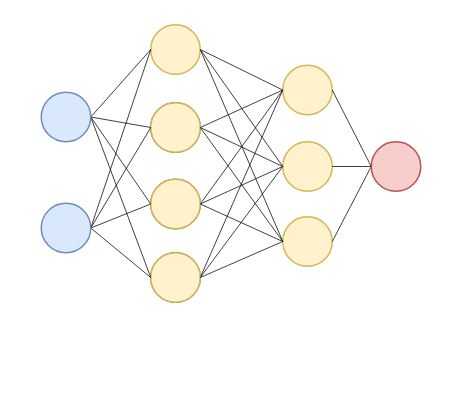
Above: page "teset" (5 of 5) of sometemplates.drawio in Pengyu-Jin/draw.io-projects-file (draw.io), before the change. Source tidied: cells renumbered, new cells numbered last; positions are measured from the earlier drawing's top-left corner, leaving out a move shared by most shapes. Both pictures are drawn from the tidied source at 150%, with x=0, y=0 at pixel (40, 24).
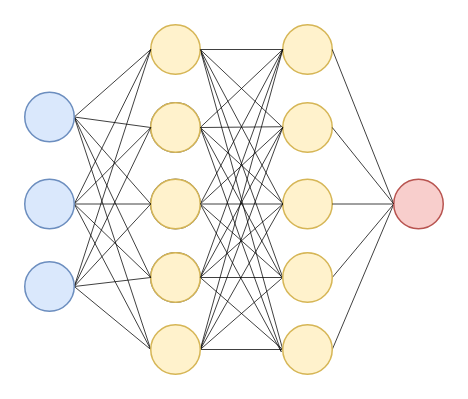
The same page after the edit.

The change refers to these unchanged cells:
```xml
<mxCell id="6" style="ellipse;whiteSpace=wrap;html=1;shadow=0;fillColor=#fff2cc;strokeColor=#d6b656;direction=east;rotation=90;" parent="1" vertex="1">
  <mxGeometry x="73" width="33" height="33" as="geometry" />
</mxCell>
<mxCell id="13" style="ellipse;whiteSpace=wrap;html=1;shadow=0;fillColor=#fff2cc;strokeColor=#d6b656;direction=east;rotation=90;" parent="1" vertex="1">
  <mxGeometry x="73" y="52" width="33" height="33" as="geometry" />
</mxCell>
<mxCell id="17" style="ellipse;whiteSpace=wrap;html=1;shadow=0;fillColor=#fff2cc;strokeColor=#d6b656;direction=east;rotation=90;" parent="1" vertex="1">
  <mxGeometry x="73" y="103" width="33" height="33" as="geometry" />
</mxCell>
<mxCell id="21" style="ellipse;whiteSpace=wrap;html=1;shadow=0;fillColor=#fff2cc;strokeColor=#d6b656;direction=east;rotation=90;" parent="1" vertex="1">
  <mxGeometry x="73" y="152" width="33" height="33" as="geometry" />
</mxCell>
```

The edit, as a diff of the source:
```diff
@@
     <mxCell id="2" style="ellipse;whiteSpace=wrap;html=1;shadow=0;direction=east;rotation=90;fillColor=#fff2cc;strokeColor=#d6b656;" parent="1" vertex="1">
-      <mxGeometry x="161" y="27" width="33" height="33" as="geometry" />
+      <mxGeometry x="161" width="33" height="33" as="geometry" />
     </mxCell>
     <mxCell id="3" style="ellipse;whiteSpace=wrap;html=1;shadow=0;direction=east;rotation=90;fillColor=#fff2cc;strokeColor=#d6b656;" parent="1" vertex="1">
-      <mxGeometry x="161" y="78" width="33" height="33" as="geometry" />
+      <mxGeometry x="161" y="52" width="33" height="33" as="geometry" />
     </mxCell>
     <mxCell id="4" style="ellipse;whiteSpace=wrap;html=1;shadow=0;direction=east;rotation=90;fillColor=#fff2cc;strokeColor=#d6b656;" parent="1" vertex="1">
-      <mxGeometry x="161" y="128" width="33" height="33" as="geometry" />
+      <mxGeometry x="161" y="103" width="33" height="33" as="geometry" />
     </mxCell>
@@
+    <mxCell id="38" style="edgeStyle=none;rounded=0;jettySize=auto;html=1;exitX=0.5;exitY=0;exitDx=0;exitDy=0;entryX=0.5;entryY=1;entryDx=0;entryDy=0;strokeWidth=0.5;endArrow=none;startFill=0;" parent="1" edge="1" source="6" target="62">
+      <mxGeometry relative="1" as="geometry" />
+    </mxCell>
+    <mxCell id="39" style="edgeStyle=none;rounded=0;jettySize=auto;html=1;exitX=0.5;exitY=0;exitDx=0;exitDy=0;entryX=0.5;entryY=1;entryDx=0;entryDy=0;strokeWidth=0.5;endArrow=none;startFill=0;" parent="1" edge="1" source="6" target="63">
+      <mxGeometry relative="1" as="geometry" />
+    </mxCell>
@@
-    <mxCell id="12" style="rounded=0;jettySize=auto;html=1;exitX=0.5;exitY=0;exitDx=0;exitDy=0;entryX=0.5;entryY=1;entryDx=0;entryDy=0;endArrow=none;endFill=1;strokeWidth=0.5;startFill=0;" parent="1" edge="1" source="13">
-      <mxGeometry relative="1" as="geometry">
-        <mxPoint x="161" y="43.5" as="targetPoint" />
-      </mxGeometry>
+    <mxCell id="12" style="rounded=0;jettySize=auto;html=1;exitX=0.5;exitY=0;exitDx=0;exitDy=0;entryX=0.5;entryY=1;entryDx=0;entryDy=0;endArrow=none;endFill=1;strokeWidth=0.5;startFill=0;" parent="1" edge="1" source="13" target="2">
+      <mxGeometry relative="1" as="geometry" />
     </mxCell>
+    <mxCell id="40" style="edgeStyle=none;rounded=0;jettySize=auto;html=1;exitX=0.5;exitY=0;exitDx=0;exitDy=0;strokeWidth=0.5;endArrow=none;startFill=0;" parent="1" edge="1" source="13">
+      <mxGeometry relative="1" as="geometry">
+        <mxPoint x="160" y="168" as="targetPoint" />
+      </mxGeometry>
+    </mxCell>
+    <mxCell id="41" style="edgeStyle=none;rounded=0;jettySize=auto;html=1;exitX=0.5;exitY=0;exitDx=0;exitDy=0;strokeWidth=0.5;endArrow=none;startFill=0;" parent="1" edge="1" source="13">
+      <mxGeometry relative="1" as="geometry">
+        <mxPoint x="160" y="218" as="targetPoint" />
+      </mxGeometry>
+    </mxCell>
@@
-    <mxCell id="14" style="rounded=0;jettySize=auto;html=1;exitX=0.5;exitY=0;exitDx=0;exitDy=0;entryX=0.5;entryY=1;entryDx=0;entryDy=0;endArrow=none;endFill=1;strokeWidth=0.5;startFill=0;" parent="1" edge="1" source="13">
+    <mxCell id="14" style="rounded=0;jettySize=auto;html=1;exitX=0.5;exitY=0;exitDx=0;exitDy=0;endArrow=none;endFill=1;strokeWidth=0.5;startFill=0;" parent="1" edge="1" source="13">
       <mxGeometry relative="1" as="geometry">
-        <mxPoint x="161" y="94.5" as="targetPoint" />
+        <mxPoint x="160" y="68" as="targetPoint" />
       </mxGeometry>
     </mxCell>
-    <mxCell id="15" style="rounded=0;jettySize=auto;html=1;entryX=0.5;entryY=1;entryDx=0;entryDy=0;endArrow=none;endFill=1;exitX=0.5;exitY=0;exitDx=0;exitDy=0;strokeWidth=0.5;startFill=0;" parent="1" edge="1" source="13">
+    <mxCell id="15" style="rounded=0;jettySize=auto;html=1;endArrow=none;endFill=1;exitX=0.5;exitY=0;exitDx=0;exitDy=0;strokeWidth=0.5;startFill=0;" parent="1" edge="1" source="13">
       <mxGeometry relative="1" as="geometry">
-        <mxPoint x="161" y="144.5" as="targetPoint" />
+        <mxPoint x="160" y="118" as="targetPoint" />
       </mxGeometry>
     </mxCell>
-    <mxCell id="16" style="rounded=0;jettySize=auto;html=1;exitX=0.5;exitY=0;exitDx=0;exitDy=0;entryX=0.5;entryY=1;entryDx=0;entryDy=0;endArrow=none;endFill=1;strokeWidth=0.5;startFill=0;" parent="1" edge="1" source="17">
-      <mxGeometry relative="1" as="geometry">
-        <mxPoint x="161" y="43.5" as="targetPoint" />
-      </mxGeometry>
+    <mxCell id="16" style="rounded=0;jettySize=auto;html=1;exitX=0.5;exitY=0;exitDx=0;exitDy=0;endArrow=none;endFill=1;strokeWidth=0.5;startFill=0;entryX=0.5;entryY=1;entryDx=0;entryDy=0;" parent="1" edge="1" source="17" target="2">
+      <mxGeometry relative="1" as="geometry" />
     </mxCell>
+    <mxCell id="42" style="edgeStyle=none;rounded=0;jettySize=auto;html=1;exitX=0.5;exitY=0;exitDx=0;exitDy=0;entryX=0.5;entryY=1;entryDx=0;entryDy=0;strokeWidth=0.5;endArrow=none;startFill=0;" parent="1" edge="1" source="17" target="62">
+      <mxGeometry relative="1" as="geometry" />
+    </mxCell>
+    <mxCell id="43" style="edgeStyle=none;rounded=0;jettySize=auto;html=1;exitX=0.5;exitY=0;exitDx=0;exitDy=0;strokeWidth=0.5;endArrow=none;startFill=0;" parent="1" edge="1" source="17">
+      <mxGeometry relative="1" as="geometry">
+        <mxPoint x="160" y="218" as="targetPoint" />
+      </mxGeometry>
+    </mxCell>
@@
-    <mxCell id="18" style="rounded=0;jettySize=auto;html=1;exitX=0.5;exitY=0;exitDx=0;exitDy=0;entryX=0.5;entryY=1;entryDx=0;entryDy=0;endArrow=none;endFill=1;strokeWidth=0.5;startFill=0;" parent="1" edge="1" source="17">
-      <mxGeometry relative="1" as="geometry">
-        <mxPoint x="161" y="94.5" as="targetPoint" />
-      </mxGeometry>
+    <mxCell id="18" style="rounded=0;jettySize=auto;html=1;exitX=0.5;exitY=0;exitDx=0;exitDy=0;entryX=0.5;entryY=1;entryDx=0;entryDy=0;endArrow=none;endFill=1;strokeWidth=0.5;startFill=0;" parent="1" edge="1" source="17" target="3">
+      <mxGeometry relative="1" as="geometry" />
     </mxCell>
-    <mxCell id="19" style="rounded=0;jettySize=auto;html=1;entryX=0.5;entryY=1;entryDx=0;entryDy=0;endArrow=none;endFill=1;exitX=0.5;exitY=0;exitDx=0;exitDy=0;strokeWidth=0.5;startFill=0;" parent="1" edge="1" source="17">
-      <mxGeometry relative="1" as="geometry">
-        <mxPoint x="161" y="144.5" as="targetPoint" />
-      </mxGeometry>
+    <mxCell id="19" style="rounded=0;jettySize=auto;html=1;entryX=0.5;entryY=1;entryDx=0;entryDy=0;endArrow=none;endFill=1;exitX=0.5;exitY=0;exitDx=0;exitDy=0;strokeWidth=0.5;startFill=0;" parent="1" edge="1" source="17" target="4">
+      <mxGeometry relative="1" as="geometry" />
     </mxCell>
-    <mxCell id="20" style="rounded=0;jettySize=auto;html=1;exitX=0.5;exitY=0;exitDx=0;exitDy=0;entryX=0.5;entryY=1;entryDx=0;entryDy=0;endArrow=none;endFill=1;strokeWidth=0.5;startFill=0;" parent="1" edge="1" source="21">
-      <mxGeometry relative="1" as="geometry">
-        <mxPoint x="161" y="43.5" as="targetPoint" />
-      </mxGeometry>
+    <mxCell id="20" style="rounded=0;jettySize=auto;html=1;exitX=0.5;exitY=0;exitDx=0;exitDy=0;entryX=0.5;entryY=1;entryDx=0;entryDy=0;endArrow=none;endFill=1;strokeWidth=0.5;startFill=0;" parent="1" edge="1" source="21" target="2">
+      <mxGeometry relative="1" as="geometry" />
     </mxCell>
+    <mxCell id="44" style="edgeStyle=none;rounded=0;jettySize=auto;html=1;exitX=0.5;exitY=0;exitDx=0;exitDy=0;entryX=0.5;entryY=1;entryDx=0;entryDy=0;strokeWidth=0.5;endArrow=none;startFill=0;" parent="1" edge="1" source="21" target="62">
+      <mxGeometry relative="1" as="geometry" />
+    </mxCell>
+    <mxCell id="45" style="edgeStyle=none;rounded=0;jettySize=auto;html=1;exitX=0.5;exitY=0;exitDx=0;exitDy=0;entryX=0.5;entryY=1;entryDx=0;entryDy=0;strokeWidth=0.5;endArrow=none;startFill=0;" parent="1" edge="1" source="21" target="63">
+      <mxGeometry relative="1" as="geometry" />
+    </mxCell>
@@
-    <mxCell id="22" style="rounded=0;jettySize=auto;html=1;exitX=0.5;exitY=0;exitDx=0;exitDy=0;entryX=0.5;entryY=1;entryDx=0;entryDy=0;endArrow=none;endFill=1;strokeWidth=0.5;startFill=0;" parent="1" edge="1" source="21">
-      <mxGeometry relative="1" as="geometry">
-        <mxPoint x="161" y="94.5" as="targetPoint" />
-      </mxGeometry>
+    <mxCell id="22" style="rounded=0;jettySize=auto;html=1;exitX=0.5;exitY=0;exitDx=0;exitDy=0;entryX=0.5;entryY=1;entryDx=0;entryDy=0;endArrow=none;endFill=1;strokeWidth=0.5;startFill=0;" parent="1" edge="1" source="21" target="3">
+      <mxGeometry relative="1" as="geometry" />
     </mxCell>
-    <mxCell id="23" style="rounded=0;jettySize=auto;html=1;entryX=0.5;entryY=1;entryDx=0;entryDy=0;endArrow=none;endFill=1;exitX=0.5;exitY=0;exitDx=0;exitDy=0;strokeWidth=0.5;startFill=0;" parent="1" edge="1" source="21">
-      <mxGeometry relative="1" as="geometry">
-        <mxPoint x="161" y="144.5" as="targetPoint" />
-      </mxGeometry>
+    <mxCell id="23" style="rounded=0;jettySize=auto;html=1;entryX=0.5;entryY=1;entryDx=0;entryDy=0;endArrow=none;endFill=1;exitX=0.5;exitY=0;exitDx=0;exitDy=0;strokeWidth=0.5;startFill=0;" parent="1" edge="1" source="21" target="4">
+      <mxGeometry relative="1" as="geometry" />
     </mxCell>
-    <mxCell id="24" style="edgeStyle=none;rounded=0;jettySize=auto;html=1;exitX=0.5;exitY=0;exitDx=0;exitDy=0;entryX=0.5;entryY=1;entryDx=0;entryDy=0;endArrow=none;startFill=0;strokeWidth=0.5;" parent="1" edge="1" target="36">
-      <mxGeometry relative="1" as="geometry">
-        <mxPoint x="194" y="94.5" as="sourcePoint" />
-      </mxGeometry>
+    <mxCell id="24" style="edgeStyle=none;rounded=0;jettySize=auto;html=1;exitX=0.5;exitY=0;exitDx=0;exitDy=0;entryX=0.5;entryY=1;entryDx=0;entryDy=0;endArrow=none;startFill=0;strokeWidth=0.5;" parent="1" edge="1" source="62" target="36">
+      <mxGeometry relative="1" as="geometry" />
     </mxCell>
-    <mxCell id="25" style="edgeStyle=none;rounded=0;jettySize=auto;html=1;exitX=0.5;exitY=0;exitDx=0;exitDy=0;entryX=0.5;entryY=1;entryDx=0;entryDy=0;endArrow=none;startFill=0;strokeWidth=0.5;" parent="1" edge="1" target="36">
-      <mxGeometry relative="1" as="geometry">
-        <mxPoint x="194" y="144.5" as="sourcePoint" />
-      </mxGeometry>
+    <mxCell id="25" style="edgeStyle=none;rounded=0;jettySize=auto;html=1;exitX=0.5;exitY=0;exitDx=0;exitDy=0;entryX=0.5;entryY=1;entryDx=0;entryDy=0;endArrow=none;startFill=0;strokeWidth=0.5;" parent="1" edge="1" source="63" target="36">
+      <mxGeometry relative="1" as="geometry" />
     </mxCell>
@@
+    <mxCell id="46" style="edgeStyle=none;rounded=0;jettySize=auto;html=1;exitX=0.5;exitY=0;exitDx=0;exitDy=0;entryX=0.5;entryY=1;entryDx=0;entryDy=0;strokeWidth=0.5;endArrow=none;startFill=0;" parent="1" edge="1" source="30" target="61">
+      <mxGeometry relative="1" as="geometry" />
+    </mxCell>
     <mxCell id="30" style="ellipse;whiteSpace=wrap;html=1;shadow=0;fillColor=#dae8fc;strokeColor=#6c8ebf;rotation=90;" parent="1" vertex="1">
-      <mxGeometry y="45" width="33" height="33" as="geometry" />
+      <mxGeometry x="-11" y="45" width="33" height="33" as="geometry" />
     </mxCell>
@@
+    <mxCell id="47" style="edgeStyle=none;rounded=0;jettySize=auto;html=1;exitX=0.5;exitY=0;exitDx=0;exitDy=0;entryX=0.5;entryY=1;entryDx=0;entryDy=0;strokeWidth=0.5;endArrow=none;startFill=0;" parent="1" edge="1" source="35" target="61">
+      <mxGeometry relative="1" as="geometry" />
+    </mxCell>
     <mxCell id="35" style="ellipse;whiteSpace=wrap;html=1;shadow=0;fillColor=#dae8fc;strokeColor=#6c8ebf;rotation=90;" parent="1" vertex="1">
-      <mxGeometry y="119" width="33" height="33" as="geometry" />
+      <mxGeometry x="-11" y="103" width="33" height="33" as="geometry" />
     </mxCell>
+    <mxCell id="48" style="edgeStyle=none;rounded=0;jettySize=auto;html=1;exitX=0.5;exitY=1;exitDx=0;exitDy=0;entryX=0.5;entryY=0;entryDx=0;entryDy=0;strokeWidth=0.5;endArrow=none;startFill=0;" parent="1" edge="1" source="36" target="4">
+      <mxGeometry relative="1" as="geometry" />
+    </mxCell>
+    <mxCell id="49" style="edgeStyle=none;rounded=0;jettySize=auto;html=1;exitX=0.5;exitY=1;exitDx=0;exitDy=0;entryX=0.5;entryY=0;entryDx=0;entryDy=0;strokeWidth=0.5;endArrow=none;startFill=0;" parent="1" edge="1" source="36" target="2">
+      <mxGeometry relative="1" as="geometry" />
+    </mxCell>
     <mxCell id="36" style="ellipse;whiteSpace=wrap;html=1;shadow=0;fillColor=#f8cecc;strokeColor=#b85450;rotation=90;" parent="1" vertex="1">
-      <mxGeometry x="220" y="78" width="33" height="33" as="geometry" />
+      <mxGeometry x="235" y="103" width="33" height="33" as="geometry" />
     </mxCell>
-    <mxCell id="37" style="edgeStyle=none;rounded=0;jettySize=auto;html=1;exitX=0.5;exitY=0;exitDx=0;exitDy=0;entryX=0.5;entryY=1;entryDx=0;entryDy=0;endArrow=none;startFill=0;strokeWidth=0.5;" parent="1" edge="1" target="36">
-      <mxGeometry relative="1" as="geometry">
-        <mxPoint x="194" y="43.5" as="sourcePoint" />
-      </mxGeometry>
+    <mxCell id="37" style="edgeStyle=none;rounded=0;jettySize=auto;html=1;exitX=0.5;exitY=0;exitDx=0;exitDy=0;entryX=0.5;entryY=1;entryDx=0;entryDy=0;endArrow=none;startFill=0;strokeWidth=0.5;" parent="1" edge="1" source="3" target="36">
+      <mxGeometry relative="1" as="geometry" />
     </mxCell>
+    <mxCell id="50" style="edgeStyle=none;rounded=0;jettySize=auto;html=1;exitX=0.5;exitY=0;exitDx=0;exitDy=0;entryX=0.5;entryY=1;entryDx=0;entryDy=0;strokeWidth=0.5;endArrow=none;startFill=0;" parent="1" edge="1" source="55" target="6">
+      <mxGeometry relative="1" as="geometry" />
+    </mxCell>
+    <mxCell id="51" style="edgeStyle=none;rounded=0;jettySize=auto;html=1;exitX=0.5;exitY=0;exitDx=0;exitDy=0;entryX=0.5;entryY=1;entryDx=0;entryDy=0;strokeWidth=0.5;endArrow=none;startFill=0;" parent="1" edge="1" source="55" target="13">
+      <mxGeometry relative="1" as="geometry" />
+    </mxCell>
+    <mxCell id="52" style="edgeStyle=none;rounded=0;jettySize=auto;html=1;exitX=0.5;exitY=0;exitDx=0;exitDy=0;entryX=0.5;entryY=1;entryDx=0;entryDy=0;strokeWidth=0.5;endArrow=none;startFill=0;" parent="1" edge="1" source="55" target="17">
+      <mxGeometry relative="1" as="geometry" />
+    </mxCell>
+    <mxCell id="53" style="edgeStyle=none;rounded=0;jettySize=auto;html=1;exitX=0.5;exitY=0;exitDx=0;exitDy=0;entryX=0.5;entryY=1;entryDx=0;entryDy=0;strokeWidth=0.5;endArrow=none;startFill=0;" parent="1" edge="1" source="55" target="21">
+      <mxGeometry relative="1" as="geometry" />
+    </mxCell>
+    <mxCell id="54" style="edgeStyle=none;rounded=0;jettySize=auto;html=1;exitX=0.5;exitY=0;exitDx=0;exitDy=0;entryX=0.5;entryY=1;entryDx=0;entryDy=0;strokeWidth=0.5;endArrow=none;startFill=0;" parent="1" edge="1" source="55" target="61">
+      <mxGeometry relative="1" as="geometry" />
+    </mxCell>
+    <mxCell id="55" style="ellipse;whiteSpace=wrap;html=1;shadow=0;fillColor=#dae8fc;strokeColor=#6c8ebf;rotation=90;" parent="1" vertex="1">
+      <mxGeometry x="-11" y="158" width="33" height="33" as="geometry" />
+    </mxCell>
+    <mxCell id="56" style="edgeStyle=none;rounded=0;jettySize=auto;html=1;exitX=0.5;exitY=0;exitDx=0;exitDy=0;entryX=0.5;entryY=1;entryDx=0;entryDy=0;strokeWidth=0.5;endArrow=none;startFill=0;" parent="1" edge="1" source="61" target="2">
+      <mxGeometry relative="1" as="geometry" />
+    </mxCell>
+    <mxCell id="57" style="edgeStyle=none;rounded=0;jettySize=auto;html=1;exitX=0.5;exitY=0;exitDx=0;exitDy=0;entryX=0.5;entryY=1;entryDx=0;entryDy=0;strokeWidth=0.5;endArrow=none;startFill=0;" parent="1" edge="1" source="61" target="3">
+      <mxGeometry relative="1" as="geometry" />
+    </mxCell>
+    <mxCell id="58" style="edgeStyle=none;rounded=0;jettySize=auto;html=1;exitX=0.5;exitY=0;exitDx=0;exitDy=0;entryX=0.5;entryY=1;entryDx=0;entryDy=0;strokeWidth=0.5;endArrow=none;startFill=0;" parent="1" edge="1" source="61" target="4">
+      <mxGeometry relative="1" as="geometry" />
+    </mxCell>
+    <mxCell id="59" style="edgeStyle=none;rounded=0;jettySize=auto;html=1;exitX=0.5;exitY=0;exitDx=0;exitDy=0;entryX=0.5;entryY=1;entryDx=0;entryDy=0;strokeWidth=0.5;endArrow=none;startFill=0;" parent="1" edge="1" source="61" target="62">
+      <mxGeometry relative="1" as="geometry" />
+    </mxCell>
+    <mxCell id="60" style="edgeStyle=none;rounded=0;jettySize=auto;html=1;exitX=0.5;exitY=0;exitDx=0;exitDy=0;entryX=0.5;entryY=1;entryDx=0;entryDy=0;strokeWidth=0.5;endArrow=none;startFill=0;" parent="1" edge="1" source="61" target="63">
+      <mxGeometry relative="1" as="geometry" />
+    </mxCell>
+    <mxCell id="61" style="ellipse;whiteSpace=wrap;html=1;shadow=0;fillColor=#fff2cc;strokeColor=#d6b656;direction=east;rotation=90;" parent="1" vertex="1">
+      <mxGeometry x="73" y="200" width="33" height="33" as="geometry" />
+    </mxCell>
+    <mxCell id="62" style="ellipse;whiteSpace=wrap;html=1;shadow=0;fillColor=#fff2cc;strokeColor=#d6b656;direction=east;rotation=90;" parent="1" vertex="1">
+      <mxGeometry x="161" y="152" width="33" height="33" as="geometry" />
+    </mxCell>
+    <mxCell id="63" style="ellipse;whiteSpace=wrap;html=1;shadow=0;fillColor=#fff2cc;strokeColor=#d6b656;direction=east;rotation=90;" parent="1" vertex="1">
+      <mxGeometry x="161" y="200" width="33" height="33" as="geometry" />
+    </mxCell>
```
